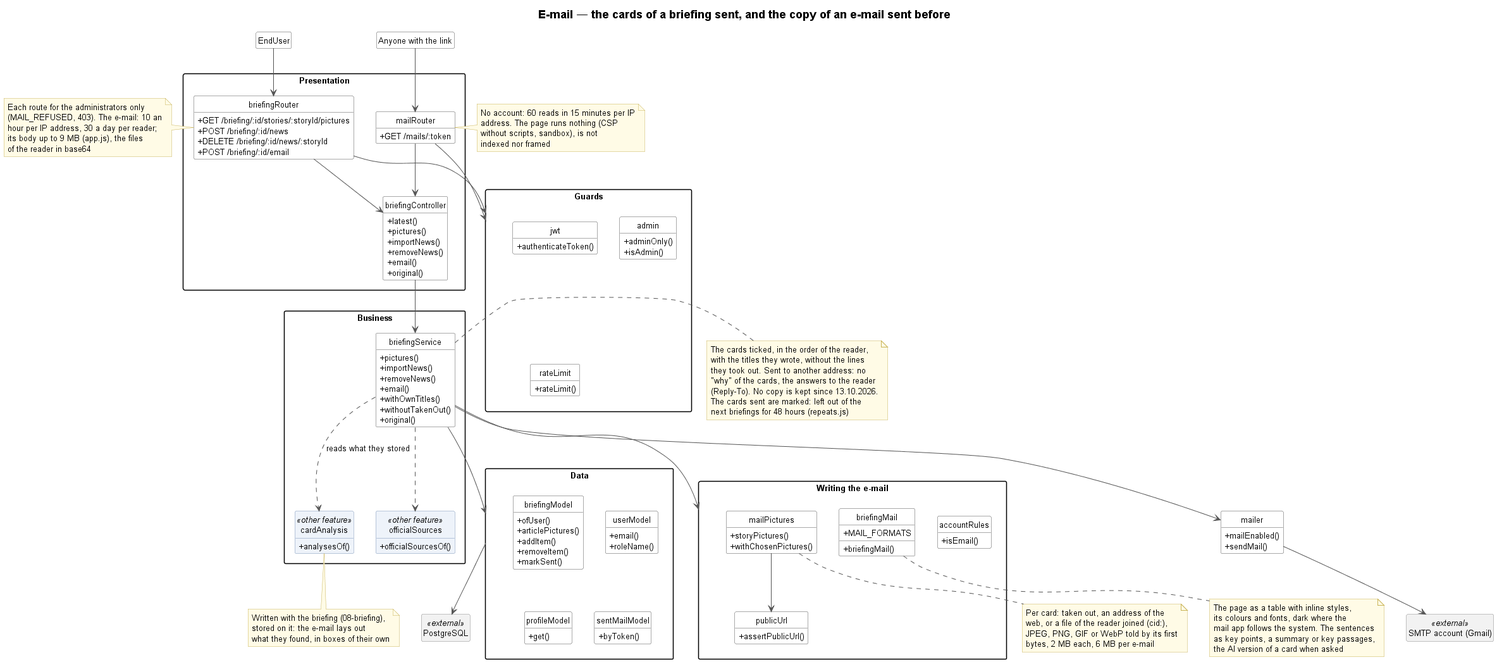
TPI2026-NewsGenerator/NewsGenerator-Backend keeps this PlantUML diagram as docs/briefing/email/09-email.png. Above is the earlier version. Its diagram source:
```plantuml
@startuml 09-email
!include _style.iuml
title E-mail — the cards of a briefing sent, and the copy of an e-mail sent before

class EndUser
class "Anyone with the link" as Receiver
package "Presentation" {
    class briefingRouter {
        + GET /briefing/:id/stories/:storyId/pictures
        + POST /briefing/:id/news
        + DELETE /briefing/:id/news/:storyId
        + POST /briefing/:id/email
    }
    class mailRouter {
        + GET /mails/:token
    }
    class briefingController {
        + latest()
        + pictures()
        + importNews()
        + removeNews()
        + email()
        + original()
    }
}
note left of briefingRouter
    Each route for the administrators only
    (MAIL_REFUSED, 403). The e-mail: 10 an
    hour per IP address, 30 a day per reader;
    its body up to 9 MB (app.js), the files
    of the reader in base64
end note
note right of mailRouter
    No account: 60 reads in 15 minutes per IP
    address. The page runs nothing (CSP
    without scripts, sandbox), is not
    indexed nor framed
end note
package "Business" {
    class briefingService {
        + pictures()
        + importNews()
        + removeNews()
        + email()
        + withOwnTitles()
        + withoutTakenOut()
        + original()
    }
    class cardAnalysis <<other feature>> {
        + analysesOf()
    }
    class officialSources <<other feature>> {
        + officialSourcesOf()
    }
}
note right of briefingService
    The cards ticked, in the order of the reader,
    with the titles they wrote, without the lines
    they took out. Sent to another address: no
    "why" of the cards, the answers to the reader
    (Reply-To). No copy is kept since 13.10.2026.
    The cards sent are marked: left out of the
    next briefings for 48 hours (repeats.js)
end note
note bottom of cardAnalysis
    Written with the briefing (08-briefing),
    stored on it: the e-mail lays out
    what they found, in boxes of their own
end note
package "Data" as Data {
    class briefingModel {
        + ofUser()
        + articlePictures()
        + addItem()
        + removeItem()
        + markSent()
    }
    class userModel {
        + email()
        + roleName()
    }
    class profileModel {
        + get()
    }
    class sentMailModel {
        + byToken()
    }
}
package "Guards" as Guards {
    class jwt {
        + authenticateToken()
    }
    class admin {
        + adminOnly()
        + isAdmin()
    }
    class rateLimit {
        + rateLimit()
    }
}
package "Writing the e-mail" as Writing {
    class accountRules {
        + isEmail()
    }
    class mailPictures {
        + storyPictures()
        + withChosenPictures()
    }
    class publicUrl {
        + assertPublicUrl()
    }
    class briefingMail {
        + MAIL_FORMATS
        + briefingMail()
    }
}
note bottom of mailPictures
    Per card: taken out, an address of the
    web, or a file of the reader joined (cid:),
    JPEG, PNG, GIF or WebP told by its first
    bytes, 2 MB each, 6 MB per e-mail
end note
note bottom of briefingMail
    The page as a table with inline styles,
    its colours and fonts, dark where the
    mail app follows the system. The sentences
    as key points, a summary or key passages,
    the AI version of a card when asked
end note
class mailer {
    + mailEnabled()
    + sendMail()
}
class "SMTP account (Gmail)" as Smtp <<external>>
class "PostgreSQL" as PostgreSQL <<external>>

EndUser --> briefingRouter
Receiver --> mailRouter
briefingRouter --> Guards
mailRouter --> Guards
briefingRouter --> briefingController
mailRouter --> briefingController
briefingController --> briefingService
briefingService --> Writing
briefingService --> mailer
briefingService ..> cardAnalysis : reads what they stored
briefingService ..> officialSources
briefingService --> Data
mailPictures --> publicUrl
mailer --> Smtp
Data --> PostgreSQL
@enduml
```
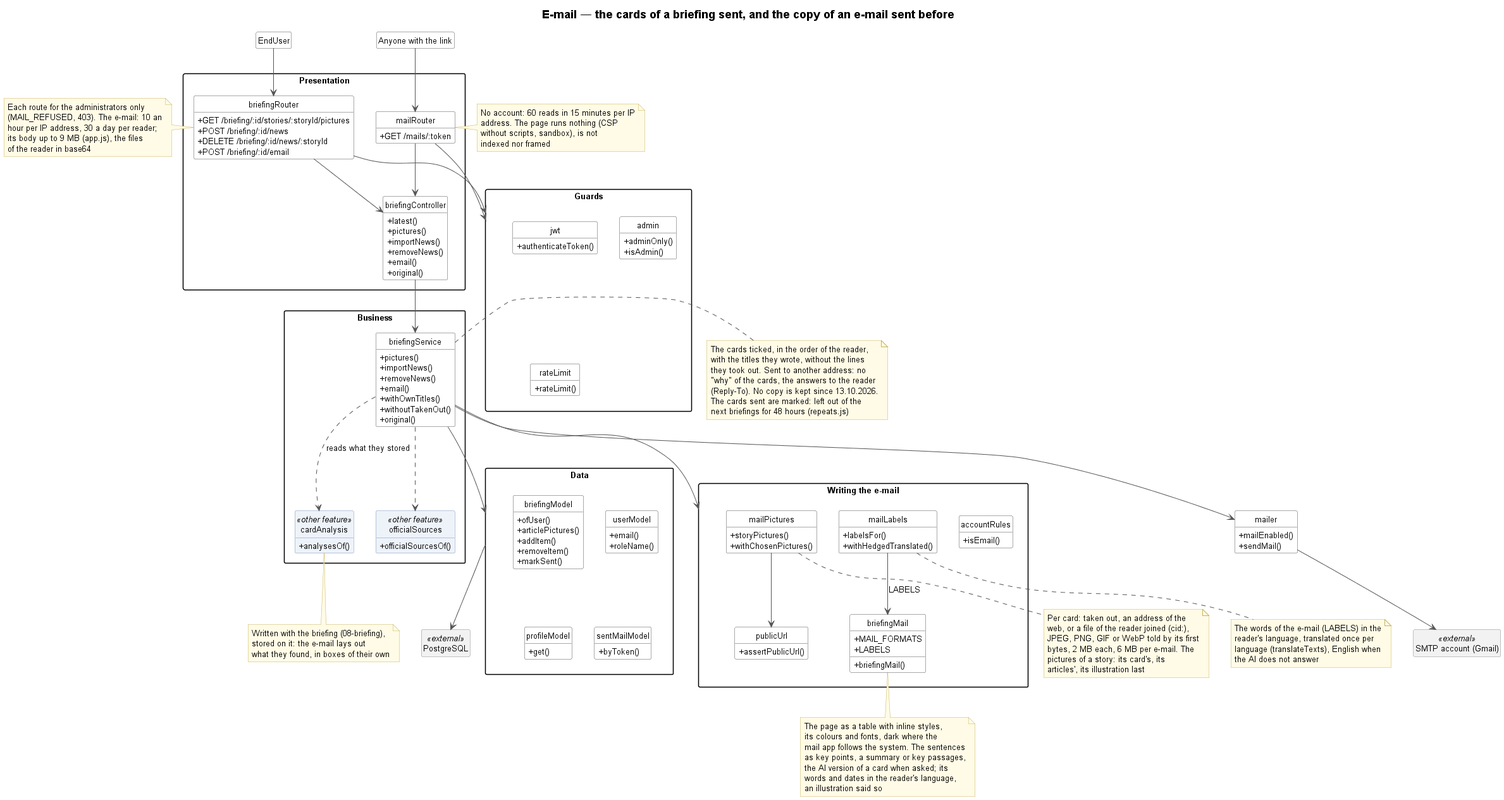
The same diagram one commit later.

The edit, as a diff of the source:
```diff
@@ -1,5 +1,5 @@
 @startuml 09-email
-!include _style.iuml
+!include ../../_style/class.iuml
 title E-mail — the cards of a briefing sent, and the copy of an e-mail sent before
 
 class EndUser
@@ -111,21 +111,36 @@
     }
     class briefingMail {
         + MAIL_FORMATS
+        + LABELS
         + briefingMail()
+    }
+    class mailLabels {
+        + labelsFor()
+        + withHedgedTranslated()
     }
 }
 note bottom of mailPictures
     Per card: taken out, an address of the
     web, or a file of the reader joined (cid:),
     JPEG, PNG, GIF or WebP told by its first
-    bytes, 2 MB each, 6 MB per e-mail
+    bytes, 2 MB each, 6 MB per e-mail. The
+    pictures of a story: its card's, its
+    articles', its illustration last
+end note
+note bottom of mailLabels
+    The words of the e-mail (LABELS) in the
+    reader's language, translated once per
+    language (translateTexts), English when
+    the AI does not answer
 end note
 note bottom of briefingMail
     The page as a table with inline styles,
     its colours and fonts, dark where the
     mail app follows the system. The sentences
     as key points, a summary or key passages,
-    the AI version of a card when asked
+    the AI version of a card when asked; its
+    words and dates in the reader's language,
+    an illustration said so
 end note
 class mailer {
     + mailEnabled()
@@ -147,6 +162,7 @@
 briefingService ..> officialSources
 briefingService --> Data
 mailPictures --> publicUrl
+mailLabels --> briefingMail : LABELS
 mailer --> Smtp
 Data --> PostgreSQL
 @enduml
```
